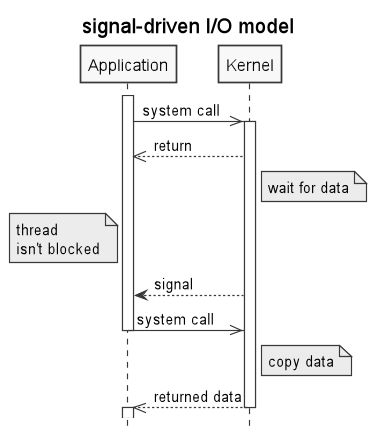
This is .images/signal_driven_IO_model.png from c0p4c4b4n4/demo-sockets-io-nio-nio2, a PlantUML export, as it was before one commit. Source of this version:
```plantuml
@startuml
title signal-driven I/O model
hide footbox
skinparam monochrome true
skinparam shadowing false
activate Application
Application->>Kernel: system call
activate Kernel
Kernel-->>Application: return
Note right of Kernel: wait for data
Note left of Application: thread\nisn't blocked
Kernel-->Application: signal
Application->>Kernel: system call
deactivate Application
Note right of Kernel: copy data
Kernel-->>Application: returned data
deactivate Kernel
activate Application
deactivate Application
@enduml
```
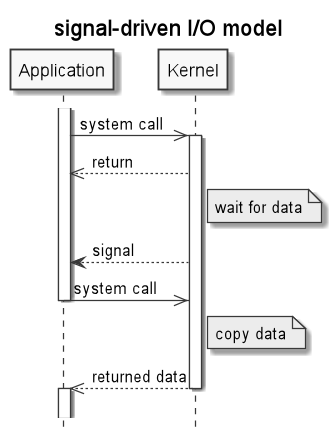
The same diagram one commit later.

Diff of the diagram source:
```diff
@@ -2,13 +2,11 @@
 title signal-driven I/O model
 hide footbox
 skinparam monochrome true
-skinparam shadowing false
 activate Application
 Application->>Kernel: system call
 activate Kernel
 Kernel-->>Application: return
 Note right of Kernel: wait for data
-Note left of Application: thread\nisn't blocked
 Kernel-->Application: signal
 Application->>Kernel: system call
 deactivate Application
@@ -16,5 +14,5 @@
 Kernel-->>Application: returned data
 deactivate Kernel
 activate Application
-deactivate Application
+||15||
 @enduml
```
